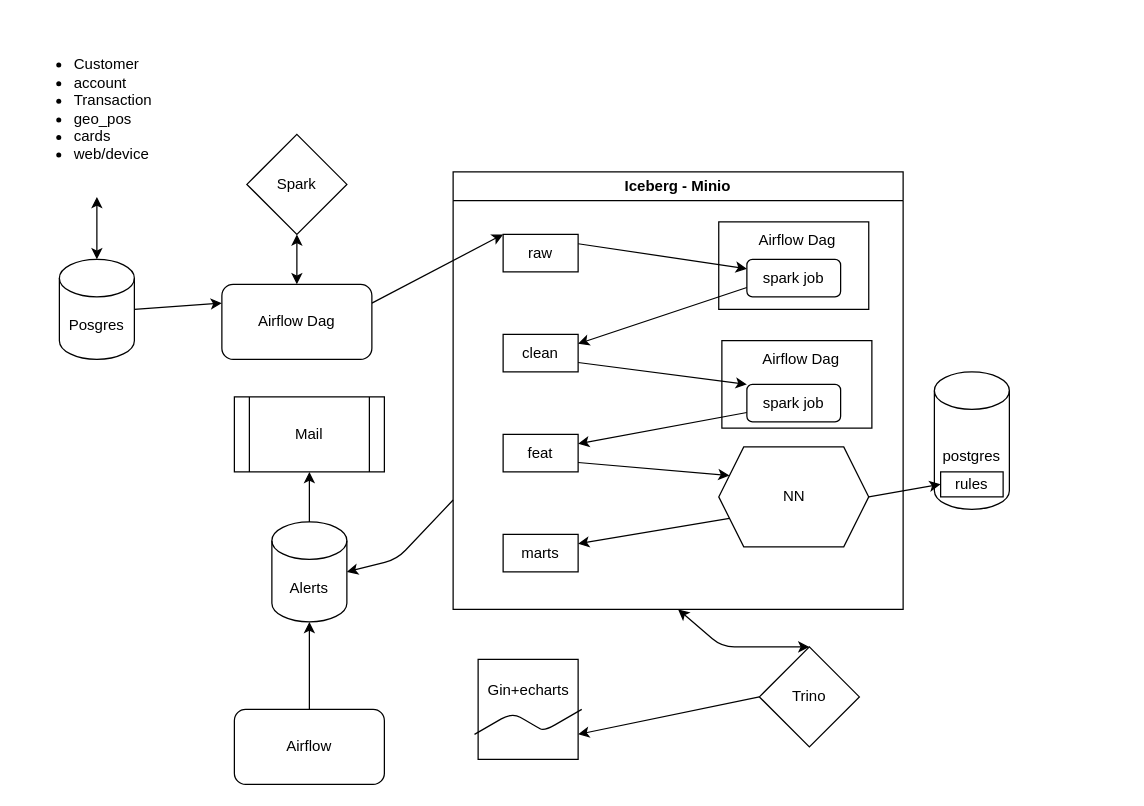
The draw.io diagram schema.drawio in Pfpfpfpfal/Cocoonbl, before the edit. Source tidied: cells renumbered, new cells numbered last; positions are measured from the earlier drawing's top-left corner, leaving out a move shared by most shapes. Both pictures are drawn from the tidied source at 125%, with x=0, y=0 at pixel (21, 21).
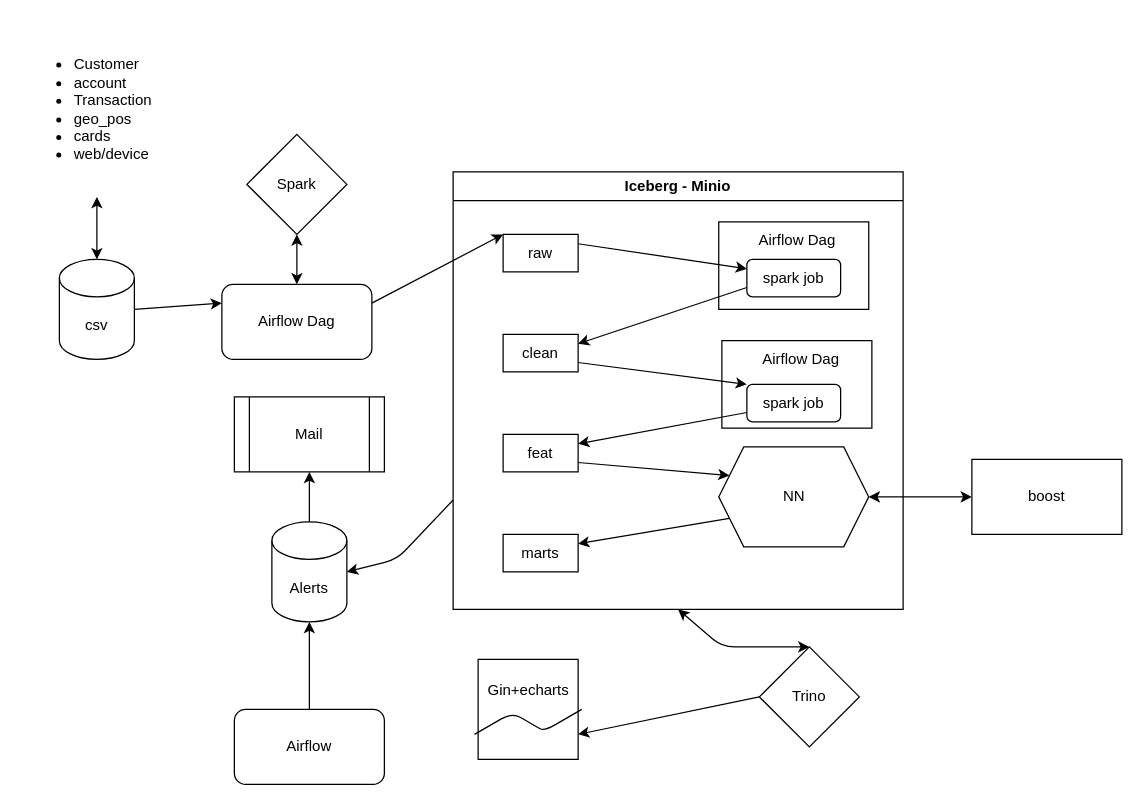
Above is the later version.

Commit message:
Обновлена схема

Unchanged cells that the change refers to:
```xml
<mxCell id="21" value="NN" style="shape=hexagon;perimeter=hexagonPerimeter2;whiteSpace=wrap;html=1;fixedSize=1;" parent="6" vertex="1">
  <mxGeometry x="212.5" y="220" width="120" height="80" as="geometry" />
</mxCell>
```

Change to the diagram source:
```diff
@@
-    <mxCell id="5" value="Posgres" style="shape=cylinder3;whiteSpace=wrap;html=1;boundedLbl=1;backgroundOutline=1;size=15;" parent="1" vertex="1">
+    <mxCell id="5" value="csv" style="shape=cylinder3;whiteSpace=wrap;html=1;boundedLbl=1;backgroundOutline=1;size=15;" parent="1" vertex="1">
       <mxGeometry x="30" y="190" width="60" height="80" as="geometry" />
     </mxCell>
@@
-    <mxCell id="28" value="postgres" style="shape=cylinder3;whiteSpace=wrap;html=1;boundedLbl=1;backgroundOutline=1;size=15;" parent="1" vertex="1">
-      <mxGeometry x="730" y="280" width="60" height="110" as="geometry" />
-    </mxCell>
-    <mxCell id="29" value="rules" style="rounded=0;whiteSpace=wrap;html=1;" parent="1" vertex="1">
-      <mxGeometry x="735" y="360" width="50" height="20" as="geometry" />
-    </mxCell>
-    <mxCell id="30" style="edgeStyle=none;html=1;exitX=1;exitY=0.5;exitDx=0;exitDy=0;entryX=0;entryY=0.5;entryDx=0;entryDy=0;" parent="1" edge="1" source="21" target="29">
+    <mxCell id="30" style="edgeStyle=none;html=1;exitX=1;exitY=0.5;exitDx=0;exitDy=0;entryX=0;entryY=0.5;entryDx=0;entryDy=0;startArrow=classic;startFill=1;" parent="1" edge="1" source="21" target="43">
       <mxGeometry relative="1" as="geometry" />
     </mxCell>
@@
+    <mxCell id="43" value="boost" style="rounded=0;whiteSpace=wrap;html=1;" parent="1" vertex="1">
+      <mxGeometry x="760" y="350" width="120" height="60" as="geometry" />
+    </mxCell>
```
